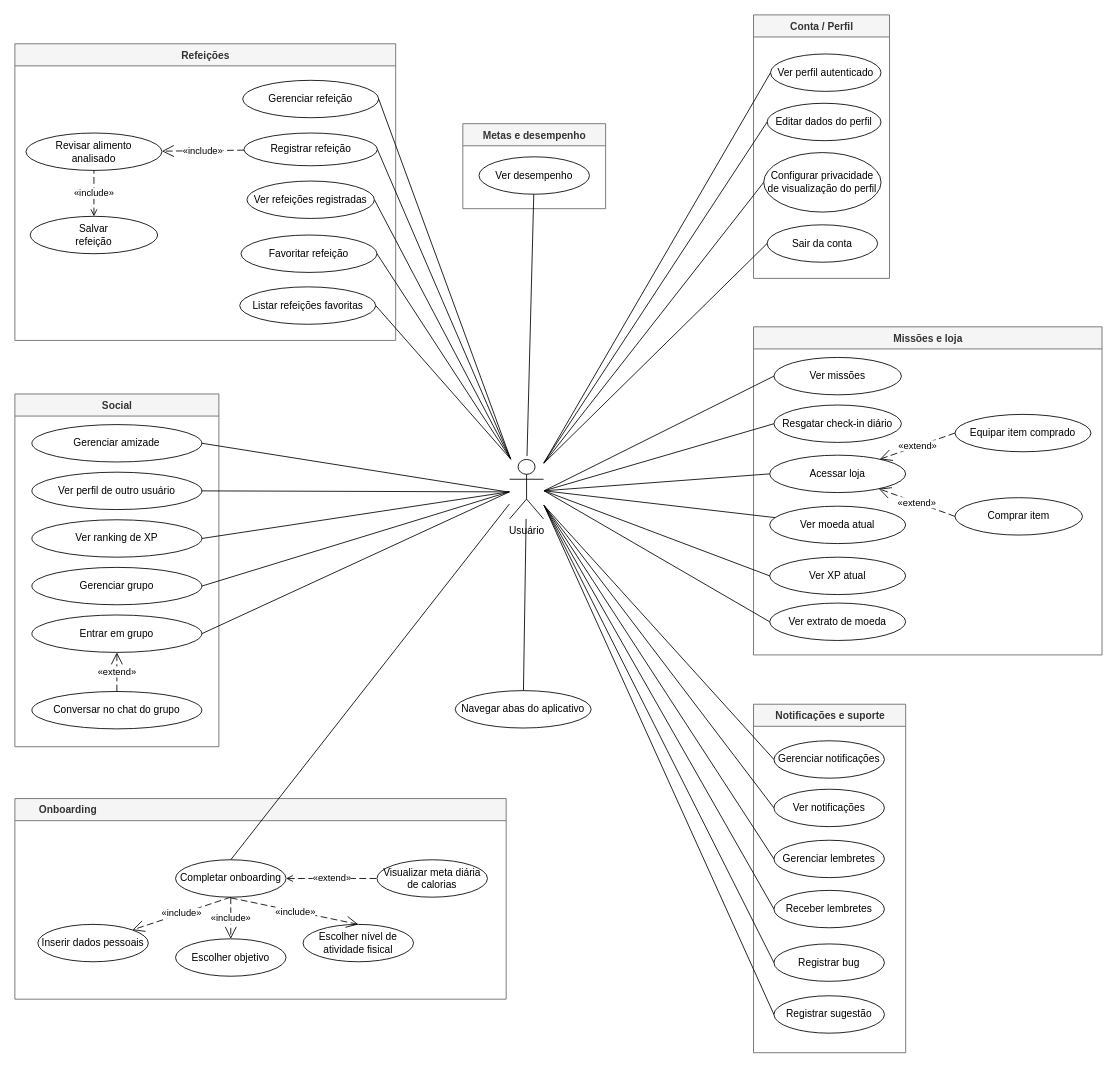
israelhub/JacalorIA-CONTADOR-DE-CALORIAS keeps this draw.io diagram as page "Usuário" (1 of 4) of frontend/CasosDeUso.drawio. Above is the earlier version. Source tidied: cells renumbered, new cells numbered last; positions are measured from the earlier drawing's top-left corner, leaving out a move shared by most shapes. Both pictures are drawn from the tidied source at 85%, with x=0, y=0 at pixel (14, 14).
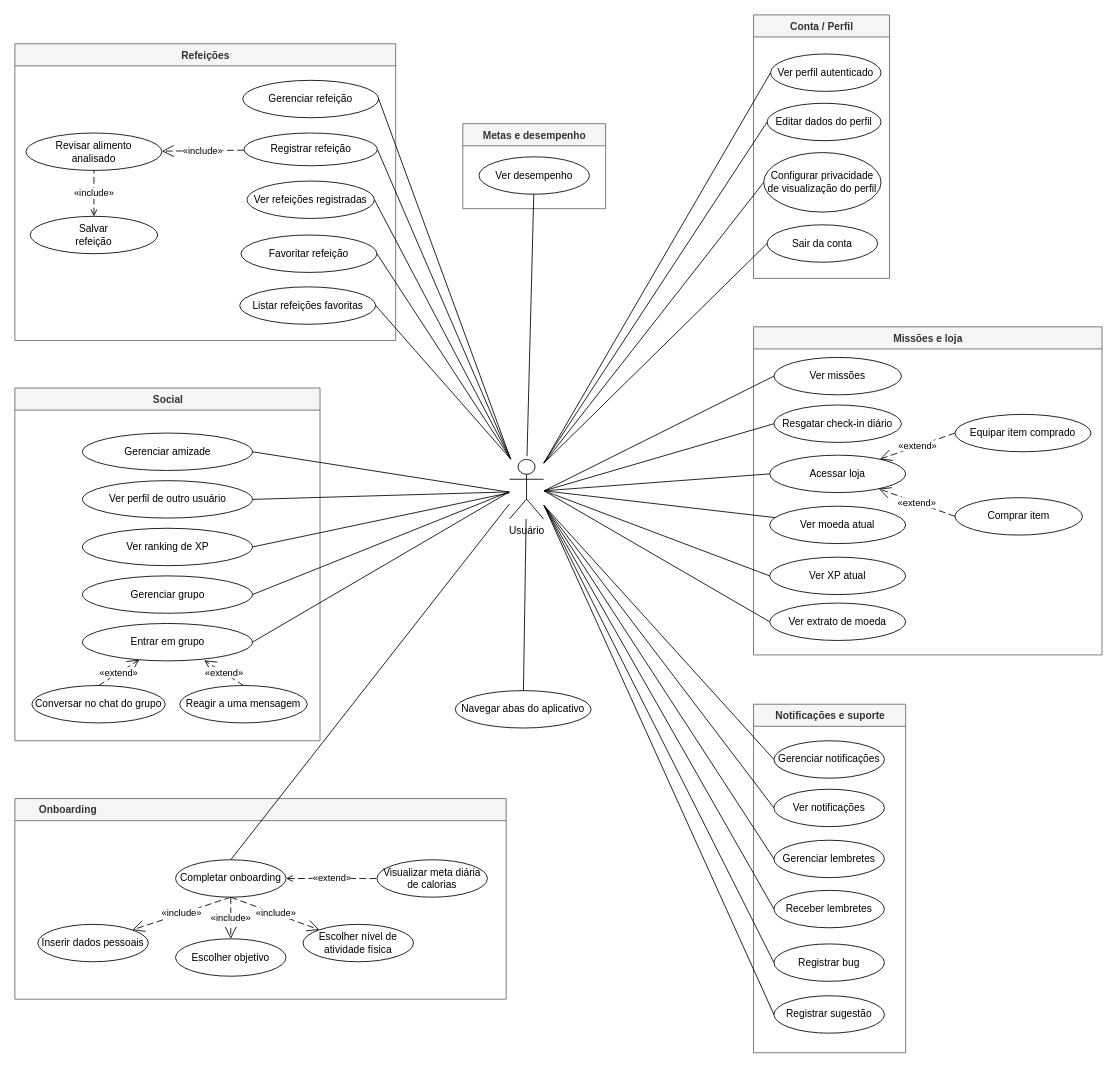
The same page after the edit.

Unchanged cells that the change refers to:
```xml
<mxCell id="3" value="&amp;nbsp; &amp;nbsp; &amp;nbsp; &amp;nbsp; Onboarding&amp;nbsp; &amp;nbsp; &amp;nbsp; &amp;nbsp; &amp;nbsp; &amp;nbsp; &amp;nbsp; &amp;nbsp; &amp;nbsp; &amp;nbsp; &amp;nbsp; &amp;nbsp; &amp;nbsp; &amp;nbsp; &amp;nbsp;" style="swimlane;fontStyle=1;align=left;verticalAlign=top;startSize=26;fillColor=#f5f5f5;strokeColor=#666666;fontColor=#333333;html=1;" parent="1" vertex="1">
  <mxGeometry y="922" width="578" height="236" as="geometry" />
</mxCell>
<mxCell id="11" value="Completar onboarding" style="ellipse;whiteSpace=wrap;html=1;" parent="3" vertex="1">
  <mxGeometry x="189" y="72" width="130" height="44" as="geometry" />
</mxCell>
```

What changed in the source:
```diff
@@
-    <mxCell id="6" value="Escolher nível de atividade fisical" style="ellipse;whiteSpace=wrap;html=1;" parent="3" vertex="1">
+    <mxCell id="6" value="Escolher nível de atividade física" style="ellipse;whiteSpace=wrap;html=1;" parent="3" vertex="1">
       <mxGeometry x="339" y="148" width="130" height="44" as="geometry" />
     </mxCell>
@@
-    <mxCell id="10" value="«include»" style="endArrow=open;html=1;endSize=12;dashed=1;dashPattern=8 4;rounded=0;startArrow=none;startFill=0;endFill=0;entryX=0.5;entryY=0;entryDx=0;entryDy=0;" parent="3" edge="1" target="6">
-      <mxGeometry x="0.02" relative="1" as="geometry">
-        <mxPoint x="254" y="116.8" as="sourcePoint" />
-      </mxGeometry>
+    <mxCell id="10" value="«include»" style="endArrow=open;html=1;endSize=12;dashed=1;dashPattern=8 4;rounded=0;startArrow=none;startFill=0;endFill=0;entryX=0;entryY=0;entryDx=0;entryDy=0;exitX=0.5;exitY=1;exitDx=0;exitDy=0;" parent="3" edge="1" source="11" target="6">
+      <mxGeometry x="0.01" relative="1" as="geometry" />
     </mxCell>
@@
     <mxCell id="55" value="Social" style="swimlane;fontStyle=1;align=center;verticalAlign=top;startSize=26;fillColor=#f5f5f5;strokeColor=#666666;fontColor=#333333;html=1;" parent="1" vertex="1">
-      <mxGeometry y="446" width="240" height="415" as="geometry" />
+      <mxGeometry y="439" width="359" height="415" as="geometry" />
     </mxCell>
     <mxCell id="56" value="Gerenciar amizade" style="ellipse;whiteSpace=wrap;html=1;" parent="55" vertex="1">
-      <mxGeometry x="20" y="36" width="200" height="44" as="geometry" />
+      <mxGeometry x="79.5" y="53" width="200" height="44" as="geometry" />
     </mxCell>
     <mxCell id="57" value="Ver perfil de outro usuário" style="ellipse;whiteSpace=wrap;html=1;" parent="55" vertex="1">
-      <mxGeometry x="20" y="92" width="200" height="44" as="geometry" />
+      <mxGeometry x="79.5" y="109" width="200" height="44" as="geometry" />
     </mxCell>
     <mxCell id="58" value="Ver ranking de XP" style="ellipse;whiteSpace=wrap;html=1;" parent="55" vertex="1">
-      <mxGeometry x="20" y="148" width="200" height="44" as="geometry" />
+      <mxGeometry x="79.5" y="165" width="200" height="44" as="geometry" />
     </mxCell>
     <mxCell id="59" value="Gerenciar grupo" style="ellipse;whiteSpace=wrap;html=1;" parent="55" vertex="1">
-      <mxGeometry x="20" y="204" width="200" height="44" as="geometry" />
+      <mxGeometry x="79.5" y="221" width="200" height="44" as="geometry" />
     </mxCell>
     <mxCell id="60" value="Entrar em grupo" style="ellipse;whiteSpace=wrap;html=1;" parent="55" vertex="1">
-      <mxGeometry x="20" y="260" width="200" height="44" as="geometry" />
+      <mxGeometry x="79.5" y="277" width="200" height="44" as="geometry" />
     </mxCell>
     <mxCell id="61" value="Conversar no chat do grupo" style="ellipse;whiteSpace=wrap;html=1;" parent="55" vertex="1">
-      <mxGeometry x="20" y="350" width="200" height="44" as="geometry" />
+      <mxGeometry x="20" y="350" width="157" height="44" as="geometry" />
     </mxCell>
+    <mxCell id="86" value="Reagir a uma mensagem" style="ellipse;whiteSpace=wrap;html=1;" parent="55" vertex="1">
+      <mxGeometry x="194" y="350" width="150" height="44" as="geometry" />
+    </mxCell>
+    <mxCell id="87" value="«extend»" style="endArrow=open;html=1;endSize=12;dashed=1;dashPattern=8 4;rounded=0;endFill=0;startArrow=none;startFill=0;exitX=0.5;exitY=0;exitDx=0;exitDy=0;entryX=0.716;entryY=0.985;entryDx=0;entryDy=0;entryPerimeter=0;" parent="55" edge="1" source="86" target="60">
+      <mxGeometry relative="1" as="geometry" />
+    </mxCell>
@@
-    <mxCell id="67" value="«extend»" style="endArrow=open;html=1;endSize=12;dashed=1;dashPattern=8 4;rounded=0;endFill=0;startArrow=none;startFill=0;" parent="1" edge="1" source="61" target="60">
+    <mxCell id="67" value="«extend»" style="endArrow=open;html=1;endSize=12;dashed=1;dashPattern=8 4;rounded=0;endFill=0;startArrow=none;startFill=0;exitX=0.5;exitY=0;exitDx=0;exitDy=0;" parent="1" edge="1" source="61" target="60">
       <mxGeometry relative="1" as="geometry" />
     </mxCell>
```
